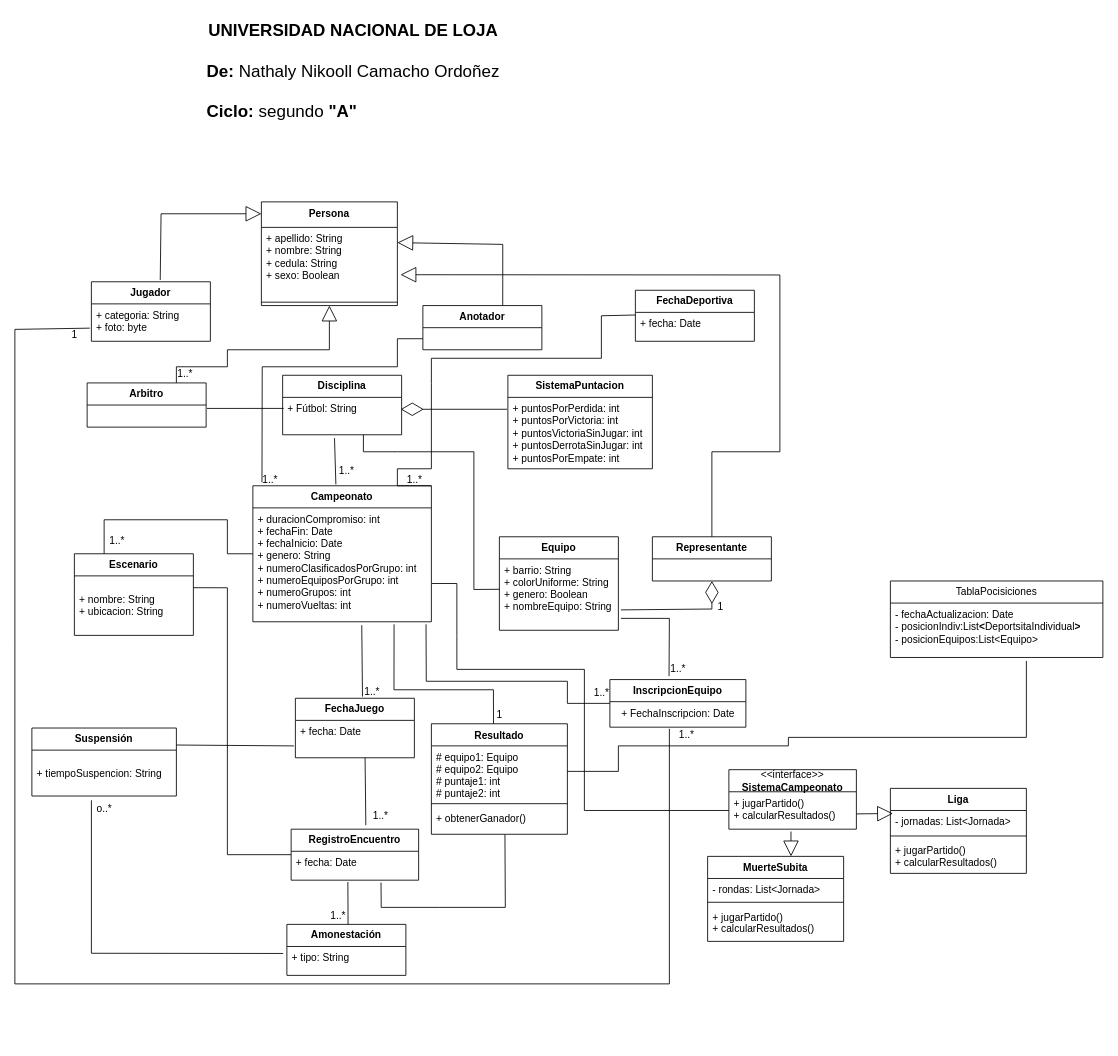
Nikooll/Deportes_POO keeps this draw.io diagram as Deportes_POO.drawio. Above is the earlier version. Source tidied: cells renumbered, new cells numbered last; positions are measured from the earlier drawing's top-left corner, leaving out a move shared by most shapes. Both pictures are drawn from the tidied source at 85%, with x=0, y=0 at pixel (14, 14).
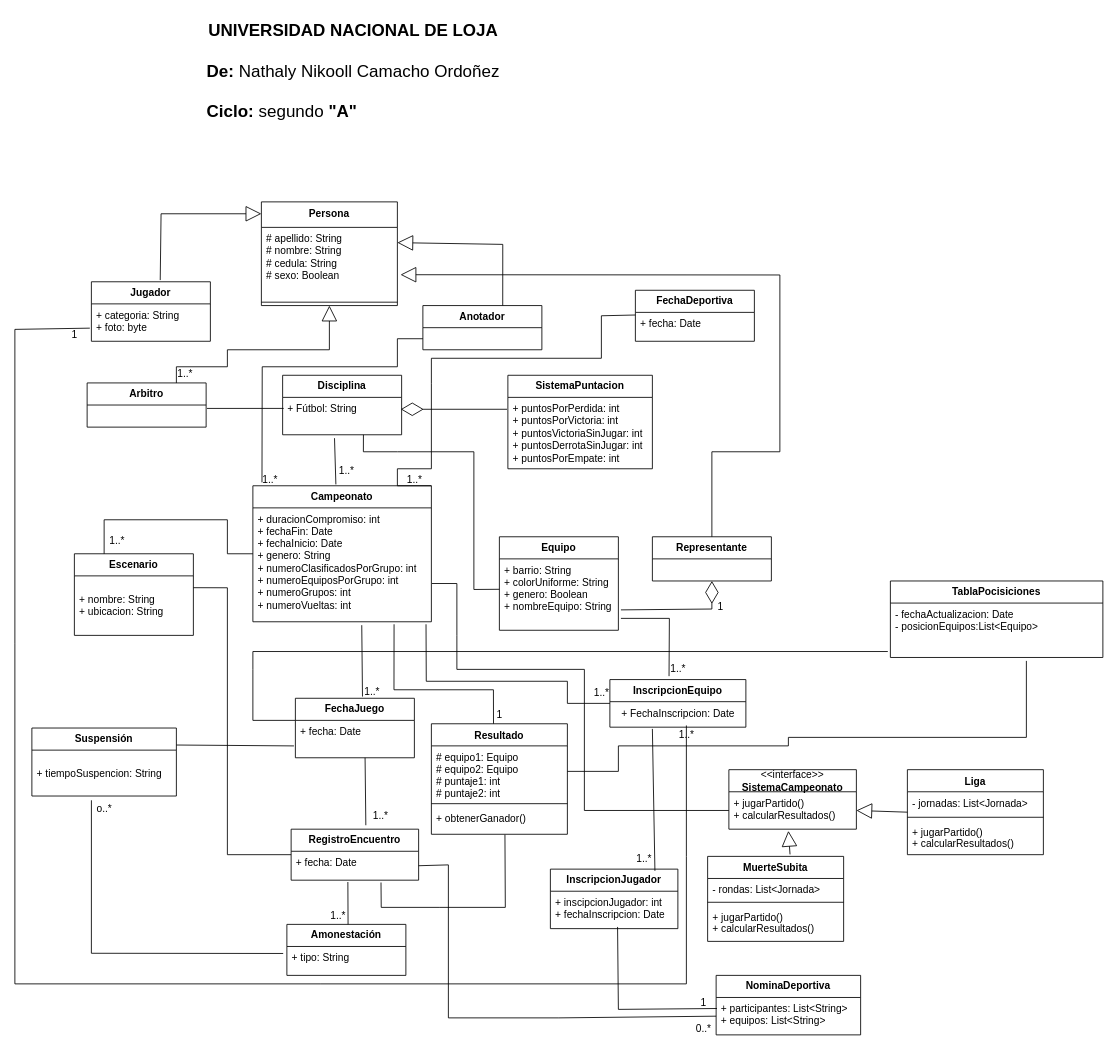
After the change.

Unchanged cells that the change refers to:
```xml
<mxCell id="2" value="&lt;div&gt;Persona&lt;/div&gt;" style="swimlane;fontStyle=1;align=center;verticalAlign=top;horizontal=1;startSize=30;whiteSpace=wrap;html=1;" parent="1" vertex="1">
  <mxGeometry x="290" y="220" width="160" height="122" as="geometry" />
</mxCell>
<mxCell id="8" value="+ categoria: String&lt;br&gt;+ foto: byte" style="text;strokeColor=none;fillColor=none;align=left;verticalAlign=top;spacingLeft=4;spacingRight=4;overflow=hidden;points=[[0,0.5],[1,0.5]];portConstraint=eastwest;whiteSpace=wrap;html=1;" parent="7" vertex="1">
  <mxGeometry y="26" width="140" height="44" as="geometry" />
</mxCell>
<mxCell id="25" value="+ fecha: Date" style="text;strokeColor=none;fillColor=none;align=left;verticalAlign=top;spacingLeft=4;spacingRight=4;overflow=hidden;points=[[0,0.5],[1,0.5]];portConstraint=eastwest;whiteSpace=wrap;html=1;" parent="24" vertex="1">
  <mxGeometry y="26" width="140" height="44" as="geometry" />
</mxCell>
<mxCell id="37" value="1..*" style="text;html=1;align=center;verticalAlign=middle;points=[];strokeColor=none;fillColor=none;" parent="1" vertex="1">
  <mxGeometry x="770" y="832" width="40" height="30" as="geometry" />
</mxCell>
<mxCell id="39" value="+ fecha: Date " style="text;strokeColor=none;fillColor=none;align=left;verticalAlign=top;spacingLeft=4;spacingRight=4;overflow=hidden;points=[[0,0.5],[1,0.5]];portConstraint=eastwest;whiteSpace=wrap;html=1;" parent="38" vertex="1">
  <mxGeometry y="26" width="150" height="34" as="geometry" />
</mxCell>
<mxCell id="72" value="+ jugarPartido()&lt;br&gt;+ calcularResultados()" style="text;strokeColor=none;fillColor=none;align=left;verticalAlign=top;spacingLeft=4;spacingRight=4;overflow=hidden;points=[[0,0.5],[1,0.5]];portConstraint=eastwest;whiteSpace=wrap;html=1;" parent="71" vertex="1">
  <mxGeometry y="26" width="150" height="44" as="geometry" />
</mxCell>
<mxCell id="78" value="MuerteSubita" style="swimlane;fontStyle=1;align=center;verticalAlign=top;horizontal=1;startSize=26;whiteSpace=wrap;html=1;" parent="1" vertex="1">
  <mxGeometry x="815" y="990" width="160" height="100" as="geometry" />
</mxCell>
<mxCell id="83" value="- jornadas: List&amp;lt;Jornada&amp;gt;" style="text;strokeColor=none;fillColor=none;align=left;verticalAlign=top;spacingLeft=4;spacingRight=4;overflow=hidden;points=[[0,0.5],[1,0.5]];portConstraint=eastwest;whiteSpace=wrap;html=1;" parent="82" vertex="1">
  <mxGeometry y="26" width="160" height="26" as="geometry" />
</mxCell>
```

Diff of the diagram source:
```diff
@@
-    <mxCell id="3" value="&lt;div&gt;+ apellido: String&lt;/div&gt;&lt;div&gt;+ nombre: String&lt;/div&gt;+ cedula: String&lt;br&gt;+ sexo: Boolean" style="text;strokeColor=none;fillColor=none;align=left;verticalAlign=top;spacingLeft=4;spacingRight=4;overflow=hidden;points=[[0,0.5],[1,0.5]];portConstraint=eastwest;whiteSpace=wrap;html=1;" parent="2" vertex="1">
+    <mxCell id="3" value="&lt;div&gt;# apellido: String&lt;/div&gt;&lt;div&gt;# nombre: String&lt;/div&gt;# cedula: String&lt;br&gt;# sexo: Boolean" style="text;strokeColor=none;fillColor=none;align=left;verticalAlign=top;spacingLeft=4;spacingRight=4;overflow=hidden;points=[[0,0.5],[1,0.5]];portConstraint=eastwest;whiteSpace=wrap;html=1;" parent="2" vertex="1">
       <mxGeometry y="30" width="160" height="84" as="geometry" />
     </mxCell>
@@
-    <mxCell id="59" style="endArrow=none;html=1;rounded=0;exitX=-0.013;exitY=0.649;exitDx=0;exitDy=0;exitPerimeter=0;" parent="1" edge="1" source="8">
+    <mxCell id="59" style="endArrow=none;html=1;rounded=0;exitX=-0.013;exitY=0.649;exitDx=0;exitDy=0;exitPerimeter=0;entryX=0.5;entryY=0.133;entryDx=0;entryDy=0;entryPerimeter=0;" parent="1" edge="1" source="8" target="37">
       <mxGeometry relative="1" as="geometry">
-        <mxPoint x="770" y="840" as="targetPoint" />
         <Array as="points">
           <mxPoint y="370" />
           <mxPoint y="740" />
           <mxPoint y="1140" />
           <mxPoint x="360" y="1140" />
-          <mxPoint x="770" y="1140" />
+          <mxPoint x="790" y="1140" />
+          <mxPoint x="790" y="990" />
         </Array>
       </mxGeometry>
     </mxCell>
@@
     <mxCell id="82" value="Liga      " style="swimlane;fontStyle=1;align=center;verticalAlign=top;horizontal=1;startSize=26;whiteSpace=wrap;html=1;" parent="1" vertex="1">
-      <mxGeometry x="1030" y="910" width="160" height="100" as="geometry" />
+      <mxGeometry x="1050" y="888" width="160" height="100" as="geometry" />
     </mxCell>
@@
-    <mxCell id="86" style="endArrow=block;endSize=16;endFill=0;html=1;rounded=0;exitX=0.487;exitY=1.063;exitDx=0;exitDy=0;exitPerimeter=0;entryX=0.613;entryY=0;entryDx=0;entryDy=0;entryPerimeter=0;" parent="1" edge="1" source="72" target="78">
-      <mxGeometry relative="1" as="geometry" />
+    <mxCell id="86" style="endArrow=block;endSize=16;endFill=0;html=1;rounded=0;exitX=0.606;exitY=-0.023;exitDx=0;exitDy=0;exitPerimeter=0;" parent="1" edge="1" source="78">
+      <mxGeometry relative="1" as="geometry">
+        <mxPoint x="910" y="960" as="targetPoint" />
+      </mxGeometry>
     </mxCell>
-    <mxCell id="87" style="endArrow=block;endSize=16;endFill=0;html=1;rounded=0;entryX=0.019;entryY=0.138;entryDx=0;entryDy=0;entryPerimeter=0;" parent="1" edge="1" target="83">
-      <mxGeometry relative="1" as="geometry">
-        <mxPoint x="990" y="940" as="sourcePoint" />
-      </mxGeometry>
-    </mxCell>
-    <mxCell id="88" value="TablaPocisiciones" style="swimlane;fontStyle=0;horizontal=1;startSize=26;fillColor=none;whiteSpace=wrap;html=1;" parent="1" vertex="1">
+    <mxCell id="88" value="&lt;b&gt;TablaPocisiciones&lt;/b&gt;" style="swimlane;fontStyle=0;horizontal=1;startSize=26;fillColor=none;whiteSpace=wrap;html=1;" parent="1" vertex="1">
       <mxGeometry x="1030" y="666" width="250" height="90" as="geometry" />
     </mxCell>
-    <mxCell id="89" value="&lt;div&gt;- fechaActualizacion: Date&lt;/div&gt;&lt;div&gt;- posicionIndiv:List&lt;span lang=&quot;es&quot; class=&quot;BxUVEf ILfuVd&quot;&gt;&lt;span class=&quot;hgKElc&quot;&gt;&lt;b&gt;&amp;lt;&lt;/b&gt;DeportsitaIndividual&lt;/span&gt;&lt;/span&gt;&lt;span lang=&quot;es&quot; class=&quot;BxUVEf ILfuVd&quot;&gt;&lt;span class=&quot;hgKElc&quot;&gt;&lt;b&gt;&amp;gt;&lt;/b&gt;&lt;/span&gt;&lt;/span&gt;&lt;/div&gt;&lt;div&gt;&lt;div&gt;- posicionEquipos:List&lt;span lang=&quot;es&quot; class=&quot;BxUVEf ILfuVd&quot;&gt;&lt;span class=&quot;hgKElc&quot;&gt;&amp;lt;Equipo&lt;/span&gt;&lt;/span&gt;&lt;span lang=&quot;es&quot; class=&quot;BxUVEf ILfuVd&quot;&gt;&lt;span class=&quot;hgKElc&quot;&gt;&amp;gt;&lt;/span&gt;&lt;/span&gt;&lt;/div&gt;&lt;/div&gt;" style="text;strokeColor=none;fillColor=none;align=left;verticalAlign=top;spacingLeft=4;spacingRight=4;overflow=hidden;points=[[0,0.5],[1,0.5]];portConstraint=eastwest;whiteSpace=wrap;html=1;" parent="88" vertex="1">
+    <mxCell id="89" value="&lt;div&gt;- fechaActualizacion: Date&lt;/div&gt;&lt;div&gt;&lt;div&gt;- posicionEquipos:List&lt;span lang=&quot;es&quot; class=&quot;BxUVEf ILfuVd&quot;&gt;&lt;span class=&quot;hgKElc&quot;&gt;&amp;lt;Equipo&lt;/span&gt;&lt;/span&gt;&lt;span lang=&quot;es&quot; class=&quot;BxUVEf ILfuVd&quot;&gt;&lt;span class=&quot;hgKElc&quot;&gt;&amp;gt;&lt;/span&gt;&lt;/span&gt;&lt;/div&gt;&lt;/div&gt;" style="text;strokeColor=none;fillColor=none;align=left;verticalAlign=top;spacingLeft=4;spacingRight=4;overflow=hidden;points=[[0,0.5],[1,0.5]];portConstraint=eastwest;whiteSpace=wrap;html=1;" parent="88" vertex="1">
       <mxGeometry y="26" width="250" height="64" as="geometry" />
     </mxCell>
@@
+    <mxCell id="91" style="endArrow=none;html=1;rounded=0;exitX=0;exitY=0;exitDx=0;exitDy=0;exitPerimeter=0;" parent="1" edge="1" source="25">
+      <mxGeometry relative="1" as="geometry">
+        <mxPoint x="1027" y="749" as="targetPoint" />
+        <Array as="points">
+          <mxPoint x="280" y="830" />
+          <mxPoint x="280" y="770" />
+          <mxPoint x="280" y="749" />
+        </Array>
+      </mxGeometry>
+    </mxCell>
+    <mxCell id="92" value="&lt;b&gt;InscripcionJugador&lt;/b&gt;" style="swimlane;fontStyle=0;horizontal=1;startSize=26;fillColor=none;whiteSpace=wrap;html=1;" parent="1" vertex="1">
+      <mxGeometry x="630" y="1005" width="150" height="70" as="geometry" />
+    </mxCell>
+    <mxCell id="93" value="&lt;div&gt;+ inscipcionJugador: int&lt;/div&gt;&lt;div&gt;+ fechaInscripcion: Date&lt;br&gt;&lt;/div&gt;" style="text;strokeColor=none;fillColor=none;align=left;verticalAlign=top;spacingLeft=4;spacingRight=4;overflow=hidden;points=[[0,0.5],[1,0.5]];portConstraint=eastwest;whiteSpace=wrap;html=1;" parent="92" vertex="1">
+      <mxGeometry y="26" width="150" height="44" as="geometry" />
+    </mxCell>
+    <mxCell id="94" style="endArrow=none;html=1;rounded=0;exitX=0.82;exitY=0.029;exitDx=0;exitDy=0;exitPerimeter=0;" parent="1" edge="1" source="92">
+      <mxGeometry relative="1" as="geometry">
+        <mxPoint x="750" y="840" as="targetPoint" />
+      </mxGeometry>
+    </mxCell>
+    <mxCell id="95" value="1..*" style="text;html=1;align=center;verticalAlign=middle;strokeColor=none;fillColor=none;" parent="1" vertex="1">
+      <mxGeometry x="720" y="978" width="40" height="30" as="geometry" />
+    </mxCell>
+    <mxCell id="96" value="&lt;b&gt;NominaDeportiva&lt;/b&gt;" style="swimlane;fontStyle=0;horizontal=1;startSize=26;fillColor=none;whiteSpace=wrap;html=1;" parent="1" vertex="1">
+      <mxGeometry x="825" y="1130" width="170" height="70" as="geometry" />
+    </mxCell>
+    <mxCell id="97" value="&lt;div&gt;+ participantes: List&lt;span lang=&quot;es&quot; class=&quot;BxUVEf ILfuVd&quot;&gt;&lt;span class=&quot;hgKElc&quot;&gt;&amp;lt;String&lt;/span&gt;&lt;/span&gt;&lt;span lang=&quot;es&quot; class=&quot;BxUVEf ILfuVd&quot;&gt;&lt;span class=&quot;hgKElc&quot;&gt;&amp;gt;&lt;/span&gt;&lt;/span&gt;&lt;/div&gt;&lt;div&gt;&lt;span lang=&quot;es&quot; class=&quot;BxUVEf ILfuVd&quot;&gt;&lt;span class=&quot;hgKElc&quot;&gt;+ equipos: List&lt;/span&gt;&lt;/span&gt;&lt;span lang=&quot;es&quot; class=&quot;BxUVEf ILfuVd&quot;&gt;&lt;span class=&quot;hgKElc&quot;&gt;&amp;lt;&lt;/span&gt;&lt;/span&gt;&lt;span lang=&quot;es&quot; class=&quot;BxUVEf ILfuVd&quot;&gt;&lt;span class=&quot;hgKElc&quot;&gt;String&lt;/span&gt;&lt;/span&gt;&lt;span lang=&quot;es&quot; class=&quot;BxUVEf ILfuVd&quot;&gt;&lt;span class=&quot;hgKElc&quot;&gt;&amp;gt;&lt;/span&gt;&lt;/span&gt;&lt;span lang=&quot;es&quot; class=&quot;BxUVEf ILfuVd&quot;&gt;&lt;span class=&quot;hgKElc&quot;&gt;&lt;/span&gt;&lt;/span&gt;&lt;/div&gt;" style="text;strokeColor=none;fillColor=none;align=left;verticalAlign=top;spacingLeft=4;spacingRight=4;overflow=hidden;points=[[0,0.5],[1,0.5]];portConstraint=eastwest;whiteSpace=wrap;html=1;" parent="96" vertex="1">
+      <mxGeometry y="26" width="170" height="44" as="geometry" />
+    </mxCell>
+    <mxCell id="98" style="endArrow=none;html=1;rounded=0;entryX=0.006;entryY=0.295;entryDx=0;entryDy=0;entryPerimeter=0;exitX=0.527;exitY=0.955;exitDx=0;exitDy=0;exitPerimeter=0;" parent="1" edge="1" source="93" target="97">
+      <mxGeometry relative="1" as="geometry">
+        <Array as="points">
+          <mxPoint x="710" y="1170" />
+        </Array>
+      </mxGeometry>
+    </mxCell>
+    <mxCell id="99" value="1" style="text;html=1;align=center;verticalAlign=middle;strokeColor=none;fillColor=none;" parent="1" vertex="1">
+      <mxGeometry x="795" y="1148" width="30" height="30" as="geometry" />
+    </mxCell>
+    <mxCell id="100" style="endArrow=none;html=1;rounded=0;exitX=1;exitY=0.5;exitDx=0;exitDy=0;entryX=0;entryY=0.5;entryDx=0;entryDy=0;" parent="1" edge="1" source="39" target="97">
+      <mxGeometry relative="1" as="geometry">
+        <Array as="points">
+          <mxPoint x="510" y="1000" />
+          <mxPoint x="510" y="1180" />
+          <mxPoint x="640" y="1180" />
+        </Array>
+      </mxGeometry>
+    </mxCell>
+    <mxCell id="101" value="0..*" style="text;html=1;align=center;verticalAlign=middle;strokeColor=none;fillColor=none;" parent="1" vertex="1">
+      <mxGeometry x="790" y="1178" width="40" height="30" as="geometry" />
+    </mxCell>
+    <mxCell id="87" style="endArrow=block;endSize=16;endFill=0;html=1;rounded=0;entryX=1;entryY=0.5;entryDx=0;entryDy=0;exitX=0;exitY=0.923;exitDx=0;exitDy=0;exitPerimeter=0;" parent="1" edge="1" source="83" target="72">
+      <mxGeometry relative="1" as="geometry" />
+    </mxCell>
```
